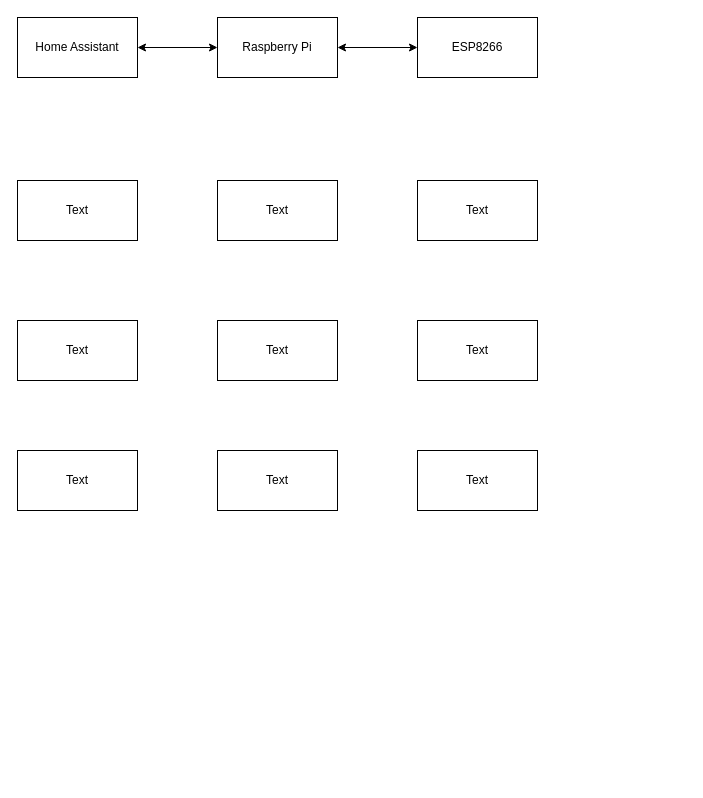
Above: 작동과정.drawio in PCU-CED-Team-R/Planning (draw.io), before the change. Source tidied: cells renumbered, new cells numbered last; positions are measured from the earlier drawing's top-left corner, leaving out a move shared by most shapes. Both pictures are drawn from the tidied source at 100%, with x=0, y=0 at pixel (17, 17).
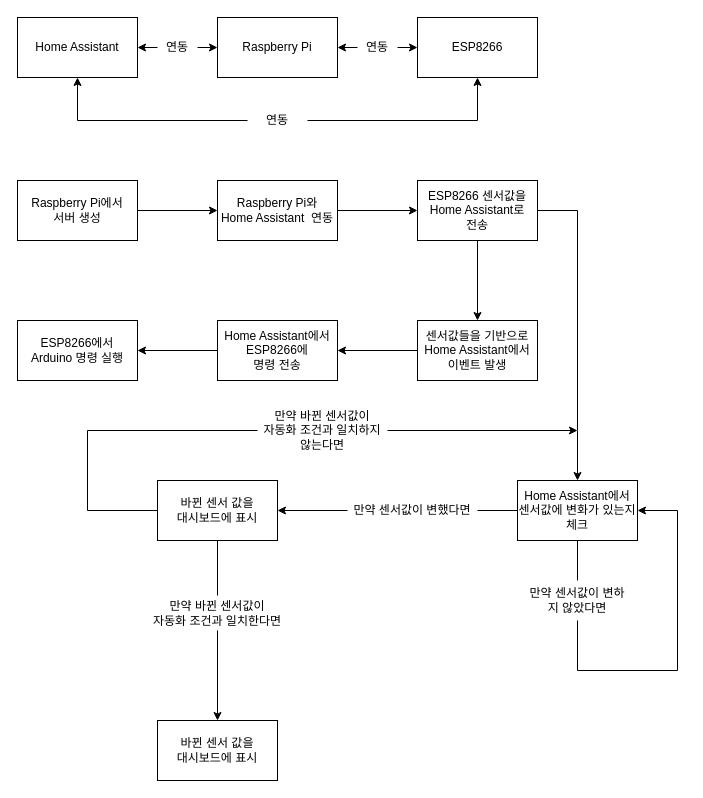
The same diagram, later.

The change refers to these unchanged cells:
```xml
<mxCell id="2" style="rounded=0;whiteSpace=wrap;html=1;" parent="1" vertex="1">
  <mxGeometry width="120" height="60" as="geometry" />
</mxCell>
<mxCell id="5" style="rounded=0;whiteSpace=wrap;html=1;" parent="1" vertex="1">
  <mxGeometry x="200" width="120" height="60" as="geometry" />
</mxCell>
<mxCell id="7" style="rounded=0;whiteSpace=wrap;html=1;" parent="1" vertex="1">
  <mxGeometry x="400" width="120" height="60" as="geometry" />
</mxCell>
```

What changed in the source:
```diff
@@
-    <mxCell id="4" style="endArrow=classic;startArrow=classic;html=1;rounded=0;exitX=1;exitY=0.5;exitDx=0;exitDy=0;entryX=0;entryY=0.5;entryDx=0;entryDy=0;" parent="1" edge="1" source="2" target="5">
+    <mxCell id="4" style="endArrow=classic;startArrow=none;html=1;rounded=0;exitX=1;exitY=0.5;exitDx=0;exitDy=0;entryX=0;entryY=0.5;entryDx=0;entryDy=0;" parent="1" edge="1" source="28" target="5">
       <mxGeometry relative="1" as="geometry" />
     </mxCell>
@@
-    <mxCell id="8" style="endArrow=classic;startArrow=classic;html=1;rounded=0;exitX=1;exitY=0.5;exitDx=0;exitDy=0;entryX=0;entryY=0.5;entryDx=0;entryDy=0;" parent="1" edge="1" source="5" target="7">
+    <mxCell id="8" style="endArrow=classic;startArrow=none;html=1;rounded=0;exitX=1;exitY=0.5;exitDx=0;exitDy=0;entryX=0;entryY=0.5;entryDx=0;entryDy=0;" parent="1" edge="1" source="30" target="7">
       <mxGeometry relative="1" as="geometry" />
     </mxCell>
@@
-    <mxCell id="11" value="Text" style="text;html=1;strokeColor=none;fillColor=none;align=center;verticalAlign=middle;whiteSpace=wrap;rounded=0;" parent="1" vertex="1">
+    <mxCell id="11" value="Raspberry Pi에서&lt;br&gt;서버 생성" style="text;html=1;strokeColor=none;fillColor=none;align=center;verticalAlign=middle;whiteSpace=wrap;rounded=0;" parent="1" vertex="1">
       <mxGeometry y="163" width="120" height="60" as="geometry" />
     </mxCell>
@@
-    <mxCell id="13" value="Text" style="text;html=1;strokeColor=none;fillColor=none;align=center;verticalAlign=middle;whiteSpace=wrap;rounded=0;" parent="1" vertex="1">
+    <mxCell id="13" value="Raspberry Pi와&lt;br&gt;Home Assistant&amp;nbsp; 연동" style="text;html=1;strokeColor=none;fillColor=none;align=center;verticalAlign=middle;whiteSpace=wrap;rounded=0;" parent="1" vertex="1">
       <mxGeometry x="200" y="163" width="120" height="60" as="geometry" />
     </mxCell>
@@
-    <mxCell id="15" value="Text" style="text;html=1;strokeColor=none;fillColor=none;align=center;verticalAlign=middle;whiteSpace=wrap;rounded=0;" parent="1" vertex="1">
+    <mxCell id="15" value="ESP8266 센서값을&lt;br&gt;Home Assistant로 &lt;br&gt;전송" style="text;html=1;strokeColor=none;fillColor=none;align=center;verticalAlign=middle;whiteSpace=wrap;rounded=0;" parent="1" vertex="1">
       <mxGeometry x="400" y="163" width="120" height="60" as="geometry" />
     </mxCell>
@@
-    <mxCell id="17" value="Text" style="text;html=1;strokeColor=none;fillColor=none;align=center;verticalAlign=middle;whiteSpace=wrap;rounded=0;" parent="1" vertex="1">
+    <mxCell id="17" value="센서값들을 기반으로&lt;br&gt;Home Assistant에서&lt;br&gt;이벤트 발생" style="text;html=1;strokeColor=none;fillColor=none;align=center;verticalAlign=middle;whiteSpace=wrap;rounded=0;" parent="1" vertex="1">
       <mxGeometry x="400" y="303" width="120" height="60" as="geometry" />
     </mxCell>
@@
-    <mxCell id="19" value="Text" style="text;html=1;strokeColor=none;fillColor=none;align=center;verticalAlign=middle;whiteSpace=wrap;rounded=0;" parent="1" vertex="1">
+    <mxCell id="19" value="Home Assistant에서&lt;br&gt;ESP8266에 &lt;br&gt;명령 전송" style="text;html=1;strokeColor=none;fillColor=none;align=center;verticalAlign=middle;whiteSpace=wrap;rounded=0;" parent="1" vertex="1">
       <mxGeometry x="200" y="303" width="120" height="60" as="geometry" />
     </mxCell>
@@
-    <mxCell id="21" value="Text" style="text;html=1;strokeColor=none;fillColor=none;align=center;verticalAlign=middle;whiteSpace=wrap;rounded=0;" parent="1" vertex="1">
+    <mxCell id="21" value="ESP8266에서&lt;br&gt;Arduino 명령 실행" style="text;html=1;strokeColor=none;fillColor=none;align=center;verticalAlign=middle;whiteSpace=wrap;rounded=0;" parent="1" vertex="1">
       <mxGeometry y="303" width="120" height="60" as="geometry" />
     </mxCell>
-    <mxCell id="22" style="rounded=0;whiteSpace=wrap;html=1;" parent="1" vertex="1">
-      <mxGeometry y="433" width="120" height="60" as="geometry" />
-    </mxCell>
-    <mxCell id="23" value="Text" style="text;html=1;strokeColor=none;fillColor=none;align=center;verticalAlign=middle;whiteSpace=wrap;rounded=0;" parent="1" vertex="1">
-      <mxGeometry y="433" width="120" height="60" as="geometry" />
-    </mxCell>
-    <mxCell id="24" style="rounded=0;whiteSpace=wrap;html=1;" parent="1" vertex="1">
-      <mxGeometry x="200" y="433" width="120" height="60" as="geometry" />
-    </mxCell>
-    <mxCell id="25" value="Text" style="text;html=1;strokeColor=none;fillColor=none;align=center;verticalAlign=middle;whiteSpace=wrap;rounded=0;" parent="1" vertex="1">
-      <mxGeometry x="200" y="433" width="120" height="60" as="geometry" />
-    </mxCell>
-    <mxCell id="26" style="rounded=0;whiteSpace=wrap;html=1;" parent="1" vertex="1">
-      <mxGeometry x="400" y="433" width="120" height="60" as="geometry" />
-    </mxCell>
-    <mxCell id="27" value="Text" style="text;html=1;strokeColor=none;fillColor=none;align=center;verticalAlign=middle;whiteSpace=wrap;rounded=0;" parent="1" vertex="1">
-      <mxGeometry x="400" y="433" width="120" height="60" as="geometry" />
-    </mxCell>
+    <mxCell id="28" value="연동" style="text;html=1;strokeColor=none;fillColor=none;align=center;verticalAlign=middle;whiteSpace=wrap;rounded=0;" parent="1" vertex="1">
+      <mxGeometry x="140" y="15" width="40" height="30" as="geometry" />
+    </mxCell>
+    <mxCell id="29" style="endArrow=none;startArrow=classic;html=1;rounded=0;exitX=1;exitY=0.5;exitDx=0;exitDy=0;entryX=0;entryY=0.5;entryDx=0;entryDy=0;" parent="1" edge="1" source="2" target="28">
+      <mxGeometry relative="1" as="geometry" />
+    </mxCell>
+    <mxCell id="30" value="연동" style="text;html=1;strokeColor=none;fillColor=none;align=center;verticalAlign=middle;whiteSpace=wrap;rounded=0;" parent="1" vertex="1">
+      <mxGeometry x="340" y="15" width="40" height="30" as="geometry" />
+    </mxCell>
+    <mxCell id="31" style="endArrow=none;startArrow=classic;html=1;rounded=0;exitX=1;exitY=0.5;exitDx=0;exitDy=0;entryX=0;entryY=0.5;entryDx=0;entryDy=0;" parent="1" edge="1" source="5" target="30">
+      <mxGeometry relative="1" as="geometry" />
+    </mxCell>
+    <mxCell id="32" style="endArrow=classic;html=1;rounded=0;entryX=0.5;entryY=1;entryDx=0;entryDy=0;" parent="1" edge="1" target="2">
+      <mxGeometry relative="1" as="geometry">
+        <mxPoint x="60" y="103" as="sourcePoint" />
+      </mxGeometry>
+    </mxCell>
+    <mxCell id="33" style="endArrow=classic;html=1;rounded=0;entryX=0.5;entryY=1;entryDx=0;entryDy=0;" parent="1" edge="1" target="7">
+      <mxGeometry relative="1" as="geometry">
+        <mxPoint x="460" y="103" as="sourcePoint" />
+      </mxGeometry>
+    </mxCell>
+    <mxCell id="34" style="endArrow=none;html=1;rounded=0;startArrow=none;" parent="1" edge="1" source="35">
+      <mxGeometry relative="1" as="geometry">
+        <mxPoint x="460" y="103" as="targetPoint" />
+      </mxGeometry>
+    </mxCell>
+    <mxCell id="35" value="연동" style="text;html=1;strokeColor=none;fillColor=none;align=center;verticalAlign=middle;whiteSpace=wrap;rounded=0;" parent="1" vertex="1">
+      <mxGeometry x="230" y="88" width="60" height="30" as="geometry" />
+    </mxCell>
+    <mxCell id="36" style="endArrow=none;html=1;rounded=0;" parent="1" edge="1" target="35">
+      <mxGeometry relative="1" as="geometry">
+        <mxPoint x="60" y="103" as="sourcePoint" />
+      </mxGeometry>
+    </mxCell>
+    <mxCell id="37" style="endArrow=classic;html=1;rounded=0;exitX=1;exitY=0.5;exitDx=0;exitDy=0;entryX=0;entryY=0.5;entryDx=0;entryDy=0;" parent="1" edge="1" source="11" target="13">
+      <mxGeometry relative="1" as="geometry" />
+    </mxCell>
+    <mxCell id="38" style="endArrow=classic;html=1;rounded=0;exitX=1;exitY=0.5;exitDx=0;exitDy=0;entryX=0;entryY=0.5;entryDx=0;entryDy=0;" parent="1" edge="1" source="13" target="15">
+      <mxGeometry relative="1" as="geometry" />
+    </mxCell>
+    <mxCell id="39" style="endArrow=classic;html=1;rounded=0;exitX=0.5;exitY=1;exitDx=0;exitDy=0;entryX=0.5;entryY=0;entryDx=0;entryDy=0;" parent="1" edge="1" source="15" target="17">
+      <mxGeometry relative="1" as="geometry" />
+    </mxCell>
+    <mxCell id="40" style="endArrow=classic;html=1;rounded=0;exitX=0;exitY=0.5;exitDx=0;exitDy=0;entryX=1;entryY=0.5;entryDx=0;entryDy=0;" parent="1" edge="1" source="17" target="19">
+      <mxGeometry relative="1" as="geometry" />
+    </mxCell>
+    <mxCell id="41" style="endArrow=classic;html=1;rounded=0;exitX=0;exitY=0.5;exitDx=0;exitDy=0;entryX=1;entryY=0.5;entryDx=0;entryDy=0;" parent="1" edge="1" source="19" target="21">
+      <mxGeometry relative="1" as="geometry" />
+    </mxCell>
+    <mxCell id="42" style="endArrow=none;html=1;rounded=0;" parent="1" edge="1">
+      <mxGeometry relative="1" as="geometry">
+        <mxPoint x="520" y="193" as="sourcePoint" />
+        <mxPoint x="560" y="193" as="targetPoint" />
+      </mxGeometry>
+    </mxCell>
+    <mxCell id="43" style="endArrow=none;html=1;rounded=0;" parent="1" edge="1">
+      <mxGeometry relative="1" as="geometry">
+        <mxPoint x="560" y="413" as="sourcePoint" />
+        <mxPoint x="560" y="193" as="targetPoint" />
+      </mxGeometry>
+    </mxCell>
+    <mxCell id="44" style="endArrow=classic;html=1;rounded=0;" parent="1" edge="1">
+      <mxGeometry relative="1" as="geometry">
+        <mxPoint x="560" y="413" as="sourcePoint" />
+        <mxPoint x="560" y="463" as="targetPoint" />
+      </mxGeometry>
+    </mxCell>
+    <mxCell id="45" style="rounded=0;whiteSpace=wrap;html=1;" parent="1" vertex="1">
+      <mxGeometry x="500" y="463" width="120" height="60" as="geometry" />
+    </mxCell>
+    <mxCell id="46" value="Home Assistant에서&lt;br&gt;센서값에 변화가 있는지 체크" style="text;html=1;strokeColor=none;fillColor=none;align=center;verticalAlign=middle;whiteSpace=wrap;rounded=0;" parent="1" vertex="1">
+      <mxGeometry x="500" y="463" width="120" height="60" as="geometry" />
+    </mxCell>
+    <mxCell id="47" style="rounded=0;whiteSpace=wrap;html=1;" parent="1" vertex="1">
+      <mxGeometry x="140" y="463" width="120" height="60" as="geometry" />
+    </mxCell>
+    <mxCell id="48" value="바뀐 센서 값을 &lt;br&gt;대시보드에 표시" style="text;html=1;strokeColor=none;fillColor=none;align=center;verticalAlign=middle;whiteSpace=wrap;rounded=0;" parent="1" vertex="1">
+      <mxGeometry x="140" y="463" width="120" height="60" as="geometry" />
+    </mxCell>
+    <mxCell id="49" style="endArrow=classic;html=1;rounded=0;entryX=1;entryY=0.5;entryDx=0;entryDy=0;startArrow=none;" parent="1" edge="1" source="50" target="48">
+      <mxGeometry relative="1" as="geometry" />
+    </mxCell>
+    <mxCell id="50" value="만약 센서값이 변했다면" style="text;html=1;strokeColor=none;fillColor=none;align=center;verticalAlign=middle;whiteSpace=wrap;rounded=0;" parent="1" vertex="1">
+      <mxGeometry x="330" y="478" width="130" height="30" as="geometry" />
+    </mxCell>
+    <mxCell id="51" style="endArrow=none;html=1;rounded=0;entryX=1;entryY=0.5;entryDx=0;entryDy=0;" parent="1" edge="1" target="50">
+      <mxGeometry relative="1" as="geometry">
+        <mxPoint x="500" y="493" as="sourcePoint" />
+      </mxGeometry>
+    </mxCell>
+    <mxCell id="52" style="endArrow=none;html=1;rounded=0;entryX=0.5;entryY=1;entryDx=0;entryDy=0;startArrow=none;" parent="1" edge="1" source="56" target="46">
+      <mxGeometry relative="1" as="geometry" />
+    </mxCell>
+    <mxCell id="53" style="endArrow=none;html=1;rounded=0;" parent="1" edge="1">
+      <mxGeometry relative="1" as="geometry">
+        <mxPoint x="560" y="653" as="sourcePoint" />
+        <mxPoint x="660" y="653" as="targetPoint" />
+      </mxGeometry>
+    </mxCell>
+    <mxCell id="54" style="endArrow=none;html=1;rounded=0;" parent="1" edge="1">
+      <mxGeometry relative="1" as="geometry">
+        <mxPoint x="660" y="653" as="sourcePoint" />
+        <mxPoint x="660" y="493" as="targetPoint" />
+      </mxGeometry>
+    </mxCell>
+    <mxCell id="55" style="endArrow=classic;html=1;rounded=0;entryX=1;entryY=0.5;entryDx=0;entryDy=0;" parent="1" edge="1" target="46">
+      <mxGeometry relative="1" as="geometry">
+        <mxPoint x="660" y="493" as="sourcePoint" />
+      </mxGeometry>
+    </mxCell>
+    <mxCell id="56" value="만약 센서값이 변하지 않았다면" style="text;html=1;strokeColor=none;fillColor=none;align=center;verticalAlign=middle;whiteSpace=wrap;rounded=0;" parent="1" vertex="1">
+      <mxGeometry x="510" y="563" width="100" height="40" as="geometry" />
+    </mxCell>
+    <mxCell id="57" style="endArrow=none;html=1;rounded=0;" parent="1" edge="1" target="56">
+      <mxGeometry relative="1" as="geometry">
+        <mxPoint x="560" y="653" as="sourcePoint" />
+      </mxGeometry>
+    </mxCell>
+    <mxCell id="58" style="rounded=0;whiteSpace=wrap;html=1;" parent="1" vertex="1">
+      <mxGeometry x="140" y="703" width="120" height="60" as="geometry" />
+    </mxCell>
+    <mxCell id="59" value="바뀐 센서 값을 &lt;br&gt;대시보드에 표시" style="text;html=1;strokeColor=none;fillColor=none;align=center;verticalAlign=middle;whiteSpace=wrap;rounded=0;" parent="1" vertex="1">
+      <mxGeometry x="140" y="703" width="120" height="60" as="geometry" />
+    </mxCell>
+    <mxCell id="60" style="endArrow=classic;html=1;rounded=0;exitX=0.5;exitY=1;exitDx=0;exitDy=0;entryX=0.5;entryY=0;entryDx=0;entryDy=0;startArrow=none;" parent="1" edge="1" source="61" target="59">
+      <mxGeometry relative="1" as="geometry" />
+    </mxCell>
+    <mxCell id="61" value="만약 바뀐 센서값이 &lt;br&gt;자동화 조건과 일치한다면" style="text;html=1;strokeColor=none;fillColor=none;align=center;verticalAlign=middle;whiteSpace=wrap;rounded=0;" parent="1" vertex="1">
+      <mxGeometry x="120" y="578" width="160" height="35" as="geometry" />
+    </mxCell>
+    <mxCell id="62" style="endArrow=none;html=1;rounded=0;exitX=0.5;exitY=1;exitDx=0;exitDy=0;entryX=0.5;entryY=0;entryDx=0;entryDy=0;" parent="1" edge="1" source="48" target="61">
+      <mxGeometry relative="1" as="geometry" />
+    </mxCell>
+    <mxCell id="63" style="endArrow=none;html=1;rounded=0;entryX=0;entryY=0.5;entryDx=0;entryDy=0;" parent="1" edge="1" target="48">
+      <mxGeometry relative="1" as="geometry">
+        <mxPoint x="70" y="493" as="sourcePoint" />
+      </mxGeometry>
+    </mxCell>
+    <mxCell id="64" style="endArrow=none;html=1;rounded=0;" parent="1" edge="1">
+      <mxGeometry relative="1" as="geometry">
+        <mxPoint x="70" y="493" as="sourcePoint" />
+        <mxPoint x="70" y="413" as="targetPoint" />
+      </mxGeometry>
+    </mxCell>
+    <mxCell id="65" style="endArrow=classic;html=1;rounded=0;startArrow=none;" parent="1" edge="1" source="66">
+      <mxGeometry relative="1" as="geometry">
+        <mxPoint x="560" y="413" as="targetPoint" />
+      </mxGeometry>
+    </mxCell>
+    <mxCell id="66" value="만약 바뀐 센서값이 &lt;br&gt;자동화 조건과 일치하지 않는다면" style="text;html=1;strokeColor=none;fillColor=none;align=center;verticalAlign=middle;whiteSpace=wrap;rounded=0;" parent="1" vertex="1">
+      <mxGeometry x="240" y="393" width="130" height="40" as="geometry" />
+    </mxCell>
+    <mxCell id="67" style="endArrow=none;html=1;rounded=0;" parent="1" edge="1">
+      <mxGeometry relative="1" as="geometry">
+        <mxPoint x="70" y="413" as="sourcePoint" />
+        <mxPoint x="240" y="413" as="targetPoint" />
+      </mxGeometry>
+    </mxCell>
```
